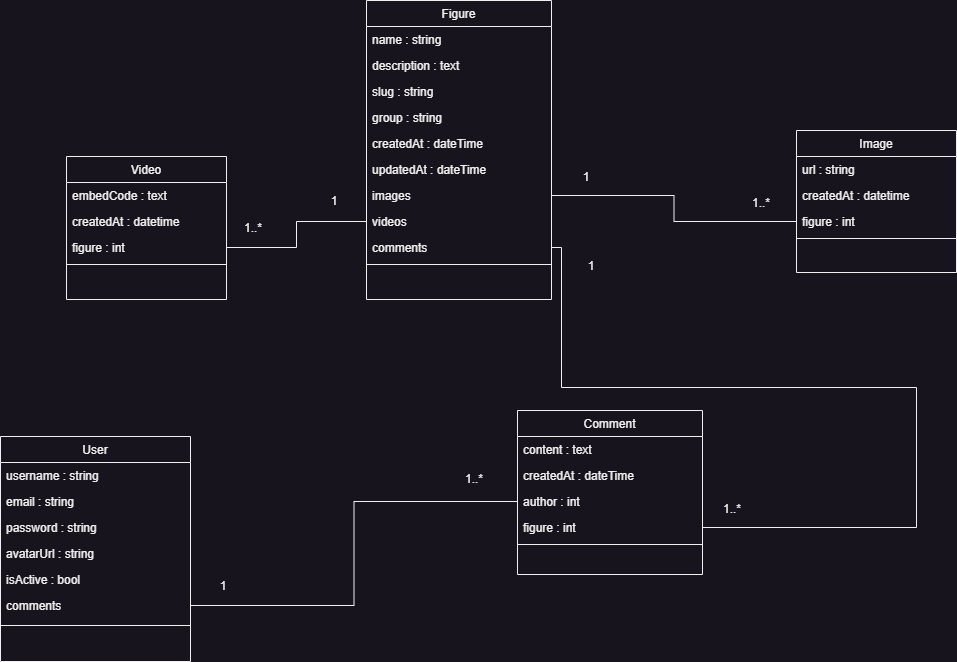
Adrien1988/OcProjectSnowTricks keeps this draw.io diagram as Diagrammes UML/Diagramme de classe.png. Above is the earlier version. Source tidied: cells renumbered, new cells last; positions are measured from the earlier drawing's top-left corner, leaving out a move shared by most shapes.
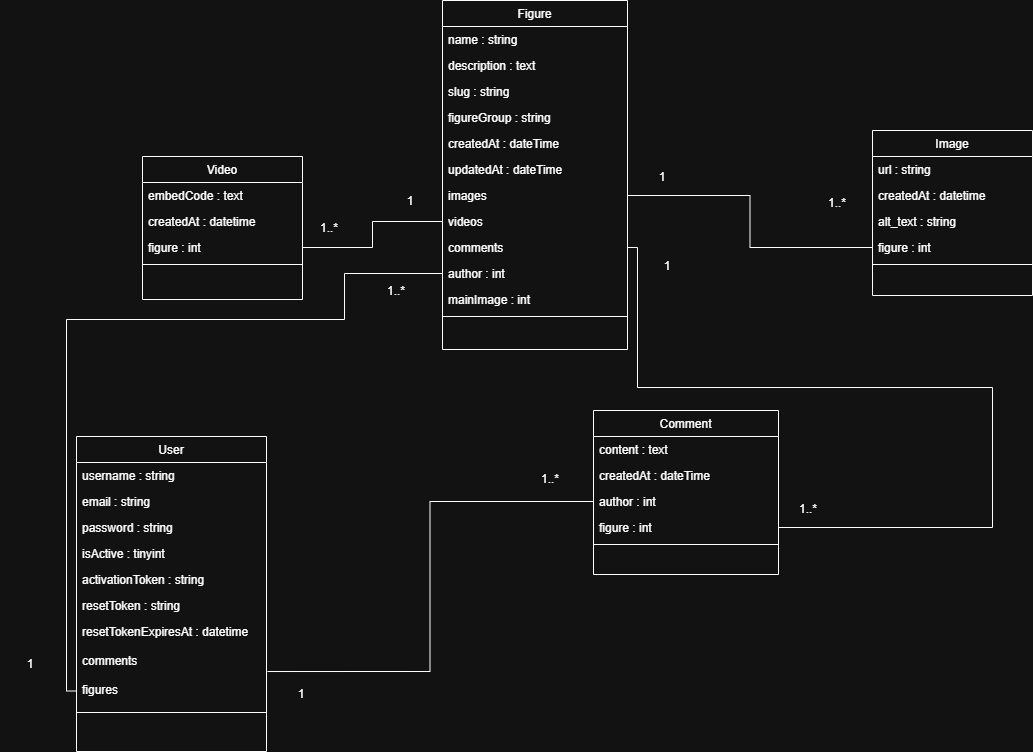
After the change.

What changed in the source:
```diff
@@ -3,7 +3,7 @@
     <mxCell id="0" />
     <mxCell id="1" parent="0" />
     <mxCell id="2" value="User" style="swimlane;fontStyle=0;align=center;verticalAlign=top;horizontal=1;startSize=26;rounded=0;shadow=0;strokeWidth=1;" parent="1" vertex="1">
-      <mxGeometry y="436" width="190" height="225" as="geometry" />
+      <mxGeometry y="436" width="190" height="315" as="geometry" />
     </mxCell>
     <mxCell id="3" value="username : string" style="text;align=left;verticalAlign=top;spacingLeft=4;spacingRight=4;overflow=hidden;" parent="2" vertex="1">
       <mxGeometry y="26" width="190" height="26" as="geometry" />
@@ -14,17 +14,26 @@
     <mxCell id="5" value="password : string" style="text;align=left;verticalAlign=top;spacingLeft=4;spacingRight=4;overflow=hidden;rounded=0;shadow=0;html=0;" parent="2" vertex="1">
       <mxGeometry y="78" width="190" height="26" as="geometry" />
     </mxCell>
-    <mxCell id="6" value="avatarUrl : string" style="text;align=left;verticalAlign=top;spacingLeft=4;spacingRight=4;overflow=hidden;rounded=0;shadow=0;html=0;" parent="2" vertex="1">
-      <mxGeometry y="104" width="190" height="26" as="geometry" />
-    </mxCell>
-    <mxCell id="7" value="isActive : bool" style="text;align=left;verticalAlign=top;spacingLeft=4;spacingRight=4;overflow=hidden;rounded=0;shadow=0;html=0;" parent="2" vertex="1">
-      <mxGeometry y="130" width="190" height="26" as="geometry" />
+    <mxCell id="7" value="isActive : tinyint" style="text;align=left;verticalAlign=top;spacingLeft=4;spacingRight=4;overflow=hidden;rounded=0;shadow=0;html=0;" parent="2" vertex="1">
+      <mxGeometry y="104" width="190" height="26" as="geometry" />
     </mxCell>
-    <mxCell id="8" value="comments" style="text;align=left;verticalAlign=top;spacingLeft=4;spacingRight=4;overflow=hidden;points=[[0,0.5],[1,0.5]];portConstraint=eastwest;rounded=0;shadow=0;html=0;" parent="2" vertex="1">
-      <mxGeometry y="156" width="190" height="26" as="geometry" />
+    <mxCell id="8" value="activationToken : string" style="text;align=left;verticalAlign=top;spacingLeft=4;spacingRight=4;overflow=hidden;points=[[0,0.5],[1,0.5]];portConstraint=eastwest;rounded=0;shadow=0;html=0;" parent="2" vertex="1">
+      <mxGeometry y="130" width="190" height="26" as="geometry" />
     </mxCell>
+    <mxCell id="49" value="resetToken : string" style="text;align=left;verticalAlign=top;spacingLeft=4;spacingRight=4;overflow=hidden;rounded=0;shadow=0;html=0;" parent="2" vertex="1">
+      <mxGeometry y="156" width="190" height="26" as="geometry" />
+    </mxCell>
+    <mxCell id="50" value="resetTokenExpiresAt : datetime" style="text;align=left;verticalAlign=top;spacingLeft=4;spacingRight=4;overflow=hidden;rounded=0;shadow=0;html=0;" parent="2" vertex="1">
+      <mxGeometry y="182" width="190" height="29" as="geometry" />
+    </mxCell>
+    <mxCell id="51" value="comments" style="text;align=left;verticalAlign=top;spacingLeft=4;spacingRight=4;overflow=hidden;points=[[0,0.5],[1,0.5]];portConstraint=eastwest;rounded=0;shadow=0;html=0;" parent="2" vertex="1">
+      <mxGeometry y="211" width="190" height="29" as="geometry" />
+    </mxCell>
+    <mxCell id="52" value="figures" style="text;align=left;verticalAlign=top;spacingLeft=4;spacingRight=4;overflow=hidden;points=[[0,0.5],[1,0.5]];portConstraint=eastwest;rounded=0;shadow=0;html=0;" parent="2" vertex="1">
+      <mxGeometry y="240" width="190" height="29" as="geometry" />
+    </mxCell>
     <mxCell id="9" style="line;html=1;strokeWidth=1;align=left;verticalAlign=middle;spacingTop=-1;spacingLeft=3;spacingRight=3;labelPosition=right;" parent="2" vertex="1">
-      <mxGeometry y="182" width="190" height="14" as="geometry" />
+      <mxGeometry y="269" width="190" height="14" as="geometry" />
     </mxCell>
     <mxCell id="10" value="Comment" style="swimlane;fontStyle=0;align=center;verticalAlign=top;horizontal=1;startSize=26;rounded=0;shadow=0;strokeWidth=1;" parent="1" vertex="1">
       <mxGeometry x="517" y="410" width="185" height="164" as="geometry" />
@@ -60,7 +69,7 @@
       <mxGeometry y="104" width="160" height="8" as="geometry" />
     </mxCell>
     <mxCell id="21" value="Figure" style="swimlane;fontStyle=0;align=center;verticalAlign=top;horizontal=1;startSize=26;rounded=0;shadow=0;strokeWidth=1;" parent="1" vertex="1">
-      <mxGeometry x="366" width="185" height="299" as="geometry" />
+      <mxGeometry x="366" width="185" height="349" as="geometry" />
     </mxCell>
     <mxCell id="22" value="name : string" style="text;align=left;verticalAlign=top;spacingLeft=4;spacingRight=4;overflow=hidden;" parent="21" vertex="1">
       <mxGeometry y="26" width="185" height="26" as="geometry" />
@@ -71,7 +80,7 @@
     <mxCell id="24" value="slug : string" style="text;align=left;verticalAlign=top;spacingLeft=4;spacingRight=4;overflow=hidden;" parent="21" vertex="1">
       <mxGeometry y="78" width="185" height="26" as="geometry" />
     </mxCell>
-    <mxCell id="25" value="group : string" style="text;align=left;verticalAlign=top;spacingLeft=4;spacingRight=4;overflow=hidden;" parent="21" vertex="1">
+    <mxCell id="25" value="figureGroup : string" style="text;align=left;verticalAlign=top;spacingLeft=4;spacingRight=4;overflow=hidden;" parent="21" vertex="1">
       <mxGeometry y="104" width="185" height="26" as="geometry" />
     </mxCell>
     <mxCell id="26" value="createdAt : dateTime" style="text;align=left;verticalAlign=top;spacingLeft=4;spacingRight=4;overflow=hidden;" parent="21" vertex="1">
@@ -86,14 +95,20 @@
     <mxCell id="29" value="videos" style="text;align=left;verticalAlign=top;spacingLeft=4;spacingRight=4;overflow=hidden;points=[[0,0.5],[1,0.5]];portConstraint=eastwest;" parent="21" vertex="1">
       <mxGeometry y="208" width="185" height="26" as="geometry" />
     </mxCell>
+    <mxCell id="53" value="comments" style="text;align=left;verticalAlign=top;spacingLeft=4;spacingRight=4;overflow=hidden;" parent="21" vertex="1">
+      <mxGeometry y="234" width="185" height="26" as="geometry" />
+    </mxCell>
-    <mxCell id="30" value="comments" style="text;align=left;verticalAlign=top;spacingLeft=4;spacingRight=4;overflow=hidden;points=[[0,0.5],[1,0.5]];portConstraint=eastwest;" parent="21" vertex="1">
-      <mxGeometry y="234" width="185" height="26" as="geometry" />
+    <mxCell id="30" value="author : int" style="text;align=left;verticalAlign=top;spacingLeft=4;spacingRight=4;overflow=hidden;points=[[0,0.5],[1,0.5]];portConstraint=eastwest;" parent="21" vertex="1">
+      <mxGeometry y="260" width="185" height="26" as="geometry" />
     </mxCell>
+    <mxCell id="54" value="mainImage : int" style="text;align=left;verticalAlign=top;spacingLeft=4;spacingRight=4;overflow=hidden;" parent="21" vertex="1">
+      <mxGeometry y="286" width="185" height="26" as="geometry" />
+    </mxCell>
     <mxCell id="31" style="line;html=1;strokeWidth=1;align=left;verticalAlign=middle;spacingTop=-1;spacingLeft=3;spacingRight=3;labelPosition=right;" parent="21" vertex="1">
-      <mxGeometry y="260" width="185" height="8" as="geometry" />
+      <mxGeometry y="312" width="185" height="8" as="geometry" />
     </mxCell>
     <mxCell id="32" value="Image" style="swimlane;fontStyle=0;align=center;verticalAlign=top;horizontal=1;startSize=26;rounded=0;shadow=0;strokeWidth=1;" parent="1" vertex="1">
-      <mxGeometry x="796" y="130" width="160" height="142" as="geometry" />
+      <mxGeometry x="796" y="130" width="160" height="165" as="geometry" />
     </mxCell>
     <mxCell id="33" value="url : string" style="text;align=left;verticalAlign=top;spacingLeft=4;spacingRight=4;overflow=hidden;" parent="32" vertex="1">
       <mxGeometry y="26" width="160" height="26" as="geometry" />
@@ -101,13 +116,16 @@
     <mxCell id="34" value="createdAt : datetime" style="text;align=left;verticalAlign=top;spacingLeft=4;spacingRight=4;overflow=hidden;" parent="32" vertex="1">
       <mxGeometry y="52" width="160" height="26" as="geometry" />
     </mxCell>
+    <mxCell id="55" value="alt_text : string" style="text;align=left;verticalAlign=top;spacingLeft=4;spacingRight=4;overflow=hidden;" parent="32" vertex="1">
+      <mxGeometry y="78" width="160" height="26" as="geometry" />
+    </mxCell>
     <mxCell id="35" value="figure : int" style="text;align=left;verticalAlign=top;spacingLeft=4;spacingRight=4;overflow=hidden;points=[[0,0.5],[1,0.5]];portConstraint=eastwest;" parent="32" vertex="1">
-      <mxGeometry y="78" width="160" height="26" as="geometry" />
+      <mxGeometry y="104" width="160" height="26" as="geometry" />
     </mxCell>
     <mxCell id="36" style="line;html=1;strokeWidth=1;align=left;verticalAlign=middle;spacingTop=-1;spacingLeft=3;spacingRight=3;labelPosition=right;" parent="32" vertex="1">
-      <mxGeometry y="104" width="160" height="8" as="geometry" />
+      <mxGeometry y="130" width="160" height="8" as="geometry" />
     </mxCell>
-    <mxCell id="37" style="endArrow=none;html=1;rounded=0;exitX=1;exitY=0.5;exitDx=0;exitDy=0;entryX=0;entryY=0.5;entryDx=0;entryDy=0;edgeStyle=orthogonalEdgeStyle;" parent="1" edge="1" source="8" target="13">
+    <mxCell id="37" style="endArrow=none;html=1;rounded=0;exitX=1.005;exitY=0.828;exitDx=0;exitDy=0;entryX=0;entryY=0.5;entryDx=0;entryDy=0;edgeStyle=orthogonalEdgeStyle;exitPerimeter=0;" parent="1" edge="1" source="51" target="13">
       <mxGeometry relative="1" as="geometry" />
     </mxCell>
     <mxCell id="38" style="endArrow=none;html=1;rounded=0;exitX=1;exitY=0.5;exitDx=0;exitDy=0;entryX=1;entryY=0.5;entryDx=0;entryDy=0;edgeStyle=orthogonalEdgeStyle;" parent="1" edge="1" source="14" target="30">
@@ -127,7 +145,7 @@
       <mxGeometry relative="1" as="geometry" />
     </mxCell>
     <mxCell id="41" value="1" style="text;html=1;align=center;verticalAlign=middle;whiteSpace=wrap;rounded=0;" parent="1" vertex="1">
-      <mxGeometry x="193" y="571" width="60" height="30" as="geometry" />
+      <mxGeometry x="195" y="679" width="60" height="30" as="geometry" />
     </mxCell>
     <mxCell id="42" value="1..*" style="text;html=1;align=center;verticalAlign=middle;whiteSpace=wrap;rounded=0;" parent="1" vertex="1">
       <mxGeometry x="444" y="464" width="60" height="30" as="geometry" />
@@ -150,5 +168,21 @@
     <mxCell id="48" value="1..*" style="text;html=1;align=center;verticalAlign=middle;whiteSpace=wrap;rounded=0;" parent="1" vertex="1">
       <mxGeometry x="702" y="494" width="60" height="30" as="geometry" />
     </mxCell>
+    <mxCell id="56" style="endArrow=none;html=1;rounded=0;entryX=0;entryY=0.5;entryDx=0;entryDy=0;edgeStyle=orthogonalEdgeStyle;exitX=0;exitY=0.5;exitDx=0;exitDy=0;" parent="1" edge="1" source="30" target="52">
+      <mxGeometry relative="1" as="geometry">
+        <Array as="points">
+          <mxPoint x="268" y="273" />
+          <mxPoint x="268" y="319" />
+          <mxPoint x="-10" y="319" />
+          <mxPoint x="-10" y="691" />
+        </Array>
+      </mxGeometry>
+    </mxCell>
+    <mxCell id="57" value="1" style="text;html=1;align=center;verticalAlign=middle;whiteSpace=wrap;rounded=0;" parent="1" vertex="1">
+      <mxGeometry x="-76" y="649" width="60" height="30" as="geometry" />
+    </mxCell>
+    <mxCell id="58" value="1..*" style="text;html=1;align=center;verticalAlign=middle;whiteSpace=wrap;rounded=0;" parent="1" vertex="1">
+      <mxGeometry x="290" y="276" width="60" height="30" as="geometry" />
+    </mxCell>
   </root>
 </mxGraphModel>
```
